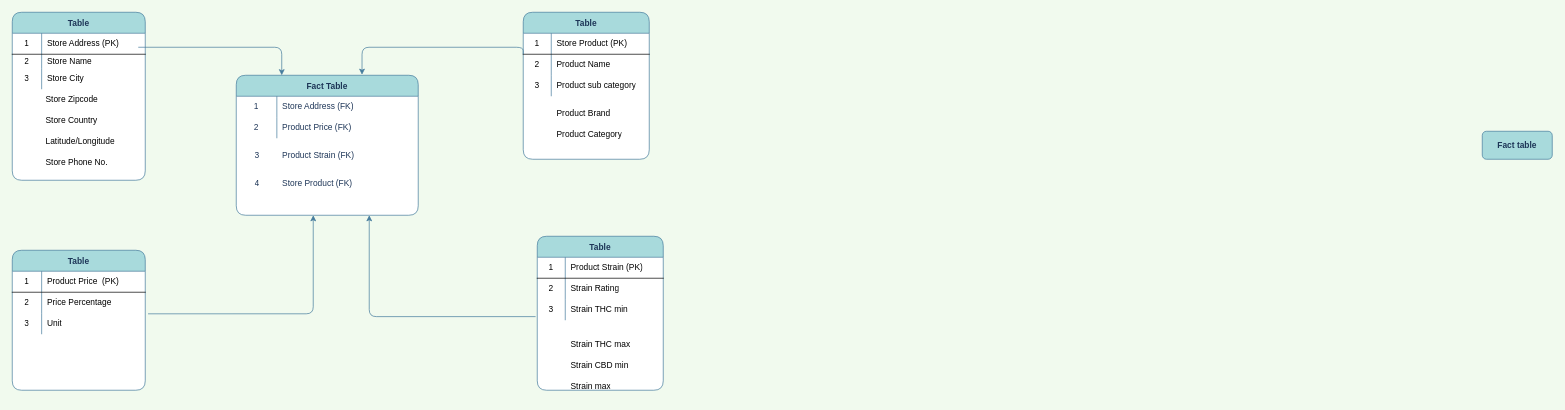
This is Star schema.drawio from shellys014/Leafly-weed, a draw.io file, before an edit. Source tidied: cells renumbered, new cells numbered last; positions are measured from the earlier drawing's top-left corner, leaving out a move shared by most shapes. Both pictures are drawn from the tidied source at 70%, with x=0, y=0 at pixel (12, 12).
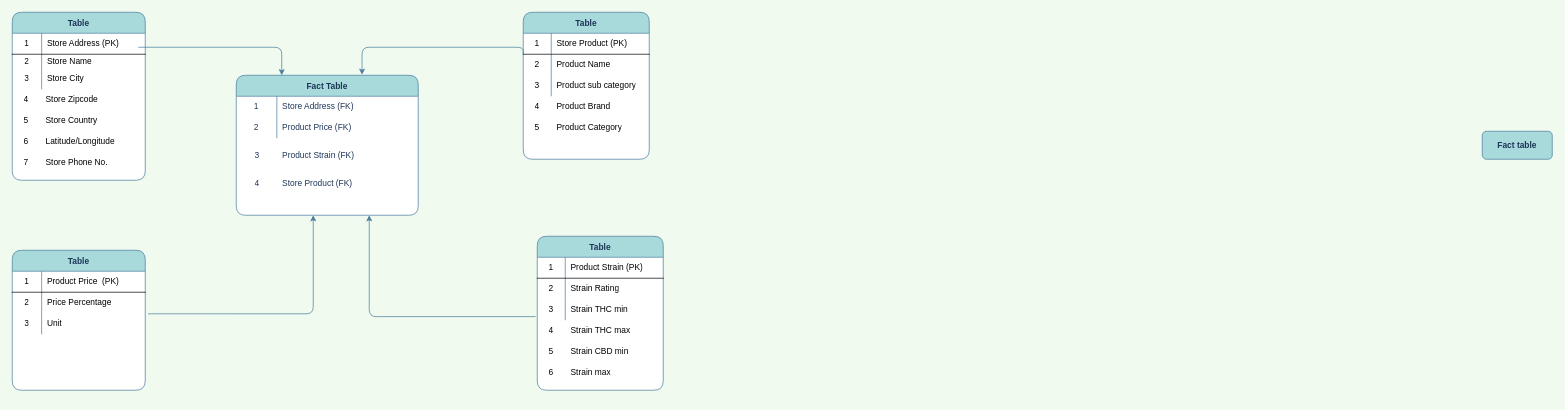
The same diagram, later.

Diff of the diagram source:
```diff
@@
     <mxCell id="61" value="Product Brand" style="shape=partialRectangle;html=1;whiteSpace=wrap;fillColor=none;top=0;left=0;bottom=0;right=0;align=left;spacingLeft=6;overflow=hidden;" parent="1" vertex="1">
-      <mxGeometry x="770" y="130" width="140" height="30" as="geometry" />
+      <mxGeometry x="770" y="120" width="140" height="30" as="geometry" />
     </mxCell>
     <mxCell id="62" value="Product Category" style="shape=partialRectangle;html=1;whiteSpace=wrap;fillColor=none;top=0;left=0;bottom=0;right=0;align=left;spacingLeft=6;overflow=hidden;" parent="1" vertex="1">
-      <mxGeometry x="770" y="160" width="140" height="30" as="geometry" />
+      <mxGeometry x="770" y="150" width="140" height="30" as="geometry" />
     </mxCell>
@@
     <mxCell id="64" value="Strain THC max" style="shape=partialRectangle;html=1;whiteSpace=wrap;fillColor=none;top=0;left=0;bottom=0;right=0;align=left;spacingLeft=6;overflow=hidden;" parent="1" vertex="1">
-      <mxGeometry x="790" y="460" width="140" height="30" as="geometry" />
+      <mxGeometry x="790" y="440" width="140" height="30" as="geometry" />
     </mxCell>
     <mxCell id="65" value="Strain CBD min" style="shape=partialRectangle;html=1;whiteSpace=wrap;fillColor=none;top=0;left=0;bottom=0;right=0;align=left;spacingLeft=6;overflow=hidden;" parent="1" vertex="1">
-      <mxGeometry x="790" y="490" width="140" height="30" as="geometry" />
+      <mxGeometry x="790" y="470" width="140" height="30" as="geometry" />
     </mxCell>
     <mxCell id="66" value="Strain max" style="shape=partialRectangle;html=1;whiteSpace=wrap;fillColor=none;top=0;left=0;bottom=0;right=0;align=left;spacingLeft=6;overflow=hidden;" parent="1" vertex="1">
-      <mxGeometry x="790" y="520" width="140" height="30" as="geometry" />
+      <mxGeometry x="790" y="500" width="140" height="30" as="geometry" />
     </mxCell>
+    <mxCell id="67" value="4" style="shape=partialRectangle;html=1;whiteSpace=wrap;fillColor=none;top=0;left=0;bottom=0;right=0;overflow=hidden;" parent="1" vertex="1">
+      <mxGeometry x="750" y="440" width="40" height="30" as="geometry" />
+    </mxCell>
+    <mxCell id="68" value="5" style="shape=partialRectangle;html=1;whiteSpace=wrap;fillColor=none;top=0;left=0;bottom=0;right=0;overflow=hidden;" parent="1" vertex="1">
+      <mxGeometry x="750" y="470" width="40" height="30" as="geometry" />
+    </mxCell>
+    <mxCell id="69" value="6" style="shape=partialRectangle;html=1;whiteSpace=wrap;fillColor=none;top=0;left=0;bottom=0;right=0;overflow=hidden;" parent="1" vertex="1">
+      <mxGeometry x="750" y="500" width="40" height="30" as="geometry" />
+    </mxCell>
+    <mxCell id="70" value="4" style="shape=partialRectangle;html=1;whiteSpace=wrap;fillColor=none;top=0;left=0;bottom=0;right=0;overflow=hidden;" parent="1" vertex="1">
+      <mxGeometry x="730" y="120" width="40" height="30" as="geometry" />
+    </mxCell>
+    <mxCell id="71" value="5" style="shape=partialRectangle;html=1;whiteSpace=wrap;fillColor=none;top=0;left=0;bottom=0;right=0;overflow=hidden;" parent="1" vertex="1">
+      <mxGeometry x="730" y="150" width="40" height="30" as="geometry" />
+    </mxCell>
+    <mxCell id="72" value="4" style="shape=partialRectangle;html=1;whiteSpace=wrap;fillColor=none;top=0;left=0;bottom=0;right=0;overflow=hidden;" parent="1" vertex="1">
+      <mxGeometry y="110" width="40" height="30" as="geometry" />
+    </mxCell>
+    <mxCell id="73" value="5" style="shape=partialRectangle;html=1;whiteSpace=wrap;fillColor=none;top=0;left=0;bottom=0;right=0;overflow=hidden;" parent="1" vertex="1">
+      <mxGeometry y="140" width="40" height="30" as="geometry" />
+    </mxCell>
+    <mxCell id="74" value="6" style="shape=partialRectangle;html=1;whiteSpace=wrap;fillColor=none;top=0;left=0;bottom=0;right=0;overflow=hidden;" parent="1" vertex="1">
+      <mxGeometry y="170" width="40" height="30" as="geometry" />
+    </mxCell>
+    <mxCell id="75" value="7" style="shape=partialRectangle;html=1;whiteSpace=wrap;fillColor=none;top=0;left=0;bottom=0;right=0;overflow=hidden;" parent="1" vertex="1">
+      <mxGeometry y="200" width="40" height="30" as="geometry" />
+    </mxCell>
```
